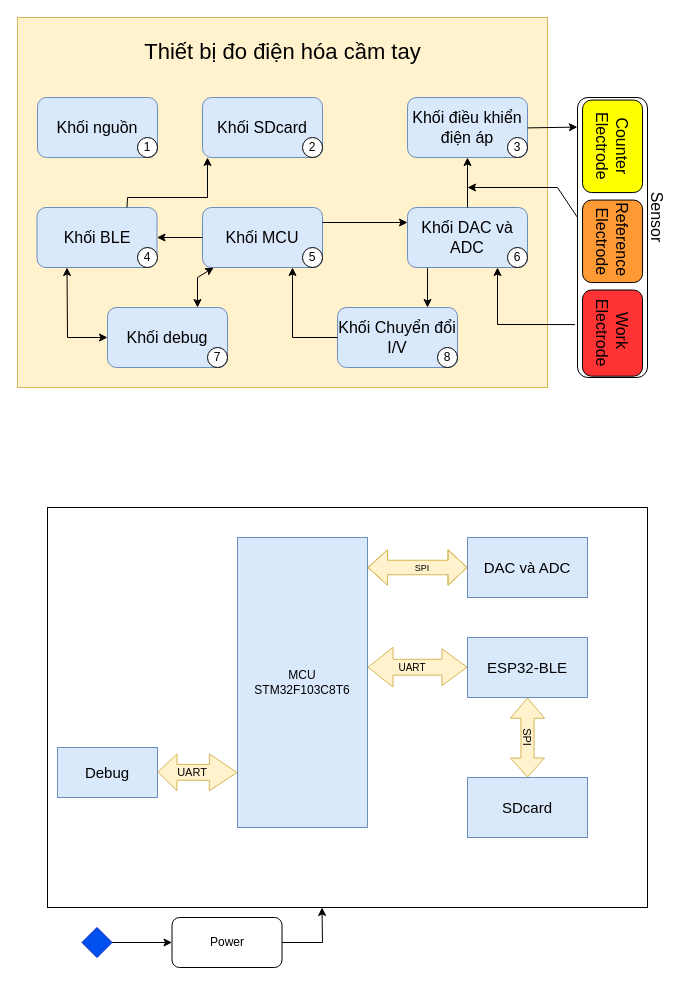
Earlier version of the draw.io diagram Sơ đồ thiết kế.drawio (truongbui692002/DATN_20232). Source tidied: cells renumbered, new cells numbered last; positions are measured from the earlier drawing's top-left corner, leaving out a move shared by most shapes. Both pictures are drawn from the tidied source at 100%, with x=0, y=0 at pixel (17, 17).
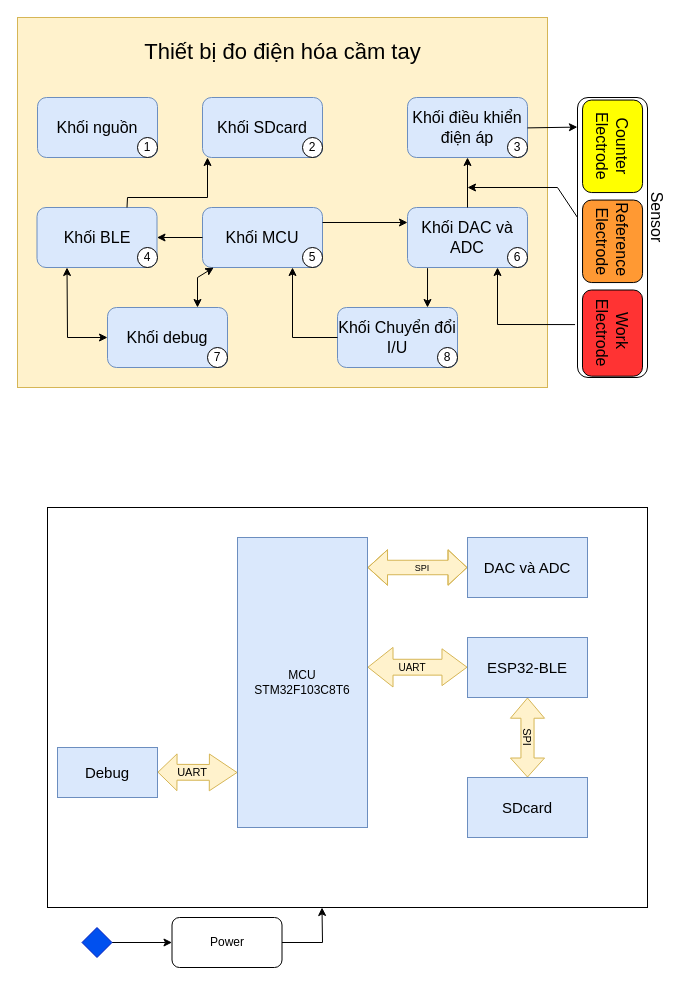
The same diagram, later.

Commit message:
Cập nhật Sơ đồ thiết kế.drawio

The edit, as a diff of the source:
```diff
@@
-    <mxCell id="6" value="&lt;span style=&quot;font-size: 16px;&quot;&gt;Khối Chuyển đổi I/V&lt;/span&gt;" style="rounded=1;whiteSpace=wrap;html=1;fillColor=#dae8fc;strokeColor=#6c8ebf;" parent="1" vertex="1">
+    <mxCell id="6" value="&lt;span style=&quot;font-size: 16px;&quot;&gt;Khối Chuyển đổi I/U&lt;/span&gt;" style="rounded=1;whiteSpace=wrap;html=1;fillColor=#dae8fc;strokeColor=#6c8ebf;" parent="1" vertex="1">
       <mxGeometry x="320" y="290" width="120" height="60" as="geometry" />
     </mxCell>
```
